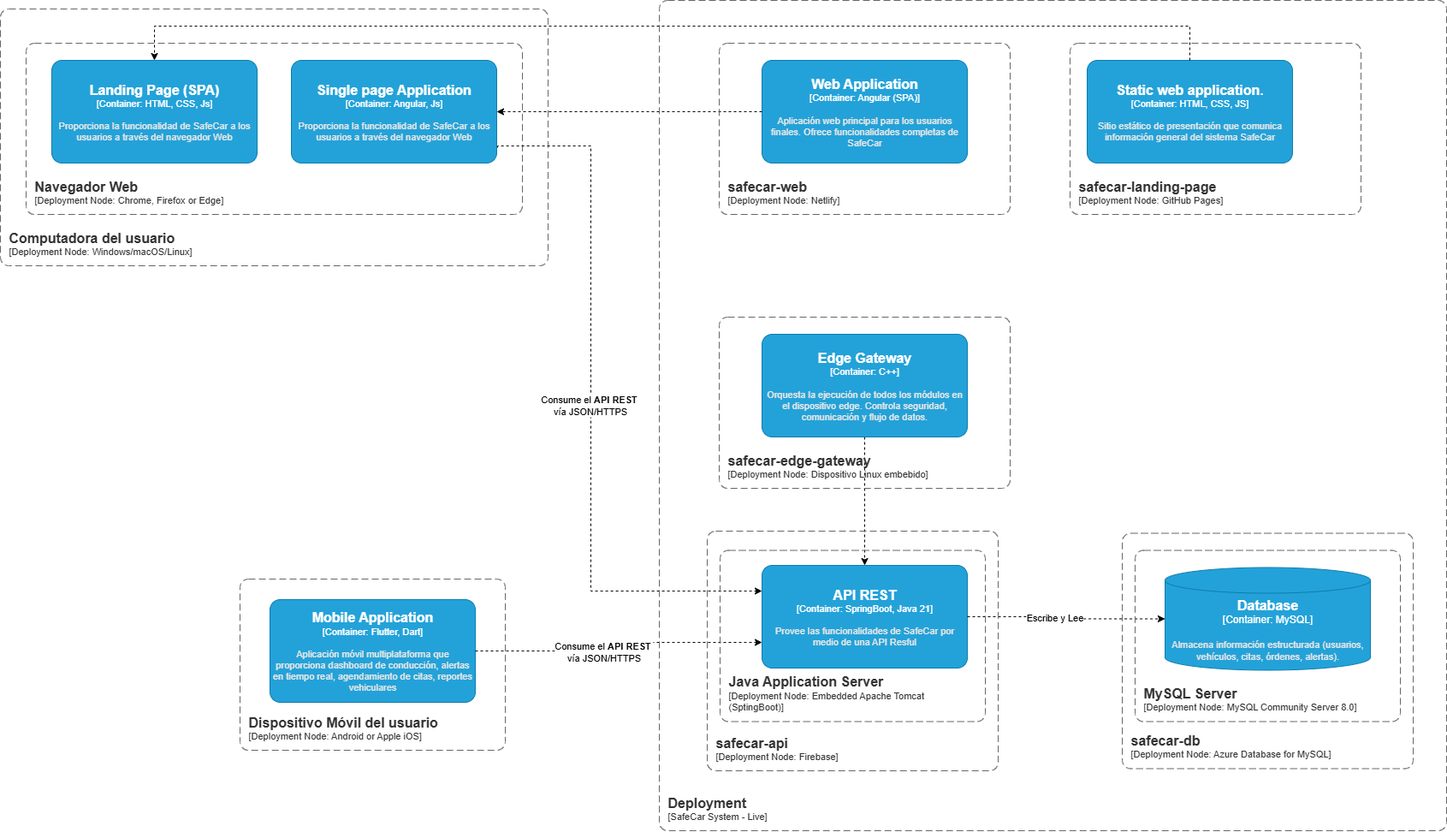
The draw.io diagram assets/img/capitulo-IV/Software-Architecture-Deployment-Diagrams.png in metasoft-iot/upc-pre-202520-1asi0572-3479-MetaSoft-report, before a commit. Source tidied: cells renumbered, new cells last; positions are measured from the earlier drawing's top-left corner, leaving out a move shared by most shapes.
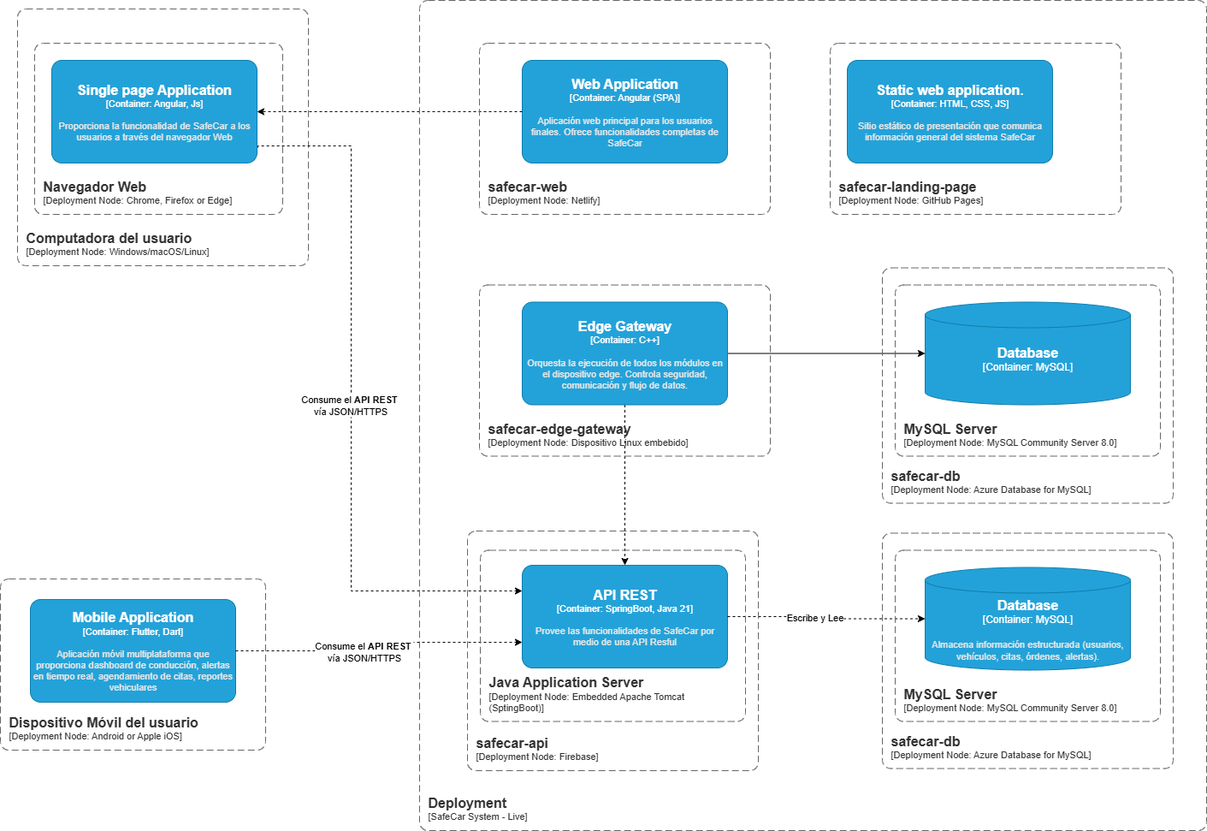
The same diagram one commit later.

Commit message:
docs: update capitulo-IV.md to include additional details on Deployment Diagrams

The edit, as a diff of the source:
```diff
@@ -25,9 +25,12 @@
     <mxCell id="6" style="edgeStyle=orthogonalEdgeStyle;rounded=0;jettySize=auto;html=1;exitX=0.5;exitY=1;exitDx=0;exitDy=0;exitPerimeter=0;dashed=1;" parent="1" edge="1" source="7" target="2">
       <mxGeometry relative="1" as="geometry" />
     </mxCell>
+    <mxCell id="30" style="edgeStyle=orthogonalEdgeStyle;rounded=0;jettySize=auto;html=1;" parent="1" edge="1" source="7" target="25">
+      <mxGeometry relative="1" as="geometry" />
+    </mxCell>
     <object id="7" label="&lt;font style=&quot;font-size: 16px&quot;&gt;&lt;b&gt;%c4Name%&lt;/b&gt;&lt;/font&gt;&lt;div&gt;[%c4Type%: %c4Technology%]&lt;/div&gt;&lt;br&gt;&lt;div&gt;&lt;font style=&quot;font-size: 11px&quot;&gt;&lt;font color=&quot;#E6E6E6&quot;&gt;%c4Description%&lt;/font&gt;&lt;/div&gt;" c4Description="Orquesta la ejecución de todos los módulos en el dispositivo edge. Controla seguridad, comunicación y flujo de datos." c4Name="Edge Gateway&#10;" c4Technology="C++" c4Type="Container" placeholders="1">
       <mxCell style="rounded=1;whiteSpace=wrap;html=1;fontSize=11;labelBackgroundColor=none;fillColor=#23A2D9;fontColor=#ffffff;align=center;arcSize=10;strokeColor=#0E7DAD;points=[[0.25,0,0],[0.5,0,0],[0.75,0,0],[1,0.25,0],[1,0.5,0],[1,0.75,0],[0.75,1,0],[0.5,1,0],[0.25,1,0],[0,0.75,0],[0,0.5,0],[0,0.25,0]];" parent="1" vertex="1">
-        <mxGeometry x="890" y="390" width="240" height="120" as="geometry" />
+        <mxGeometry x="890" y="352.5" width="240" height="120" as="geometry" />
       </mxCell>
     </object>
     <object id="8" label="&lt;font style=&quot;font-size: 16px&quot;&gt;&lt;b&gt;%c4Name%&lt;/b&gt;&lt;/font&gt;&lt;div&gt;[%c4Type%:&amp;nbsp;%c4Technology%]&lt;/div&gt;&lt;br&gt;&lt;div&gt;&lt;font style=&quot;font-size: 11px&quot;&gt;&lt;font color=&quot;#E6E6E6&quot;&gt;%c4Description%&lt;/font&gt;&lt;/div&gt;" c4Description="Almacena información estructurada (usuarios, vehículos, citas, órdenes, alertas)." c4Name="Database" c4Technology="MySQL" c4Type="Container" placeholders="1">
@@ -37,12 +40,12 @@
     </object>
     <object id="9" label="&lt;font style=&quot;font-size: 16px&quot;&gt;&lt;b&gt;&lt;div style=&quot;text-align: left&quot;&gt;%c4Name%&lt;/div&gt;&lt;/b&gt;&lt;/font&gt;&lt;div style=&quot;text-align: left&quot;&gt;[%c4Application%]&lt;/div&gt;" c4Application="Deployment Node: Windows/macOS/Linux" c4Name="Computadora del usuario" c4Type="SystemScopeBoundary" placeholders="1">
       <mxCell style="rounded=1;fontSize=11;whiteSpace=wrap;html=1;dashed=1;arcSize=20;fillColor=none;strokeColor=#666666;fontColor=#333333;labelBackgroundColor=none;align=left;verticalAlign=bottom;labelBorderColor=none;spacingTop=0;spacing=10;dashPattern=8 4;perimeter=rectanglePerimeter;noLabel=0;labelPadding=0;absoluteArcSize=1;" parent="1" vertex="1">
-        <mxGeometry y="10" width="640" height="300" as="geometry" />
+        <mxGeometry x="300" y="10" width="340" height="300" as="geometry" />
       </mxCell>
     </object>
     <object id="10" label="&lt;font style=&quot;font-size: 16px&quot;&gt;&lt;b&gt;&lt;div style=&quot;text-align: left&quot;&gt;%c4Name%&lt;/div&gt;&lt;/b&gt;&lt;/font&gt;&lt;div style=&quot;text-align: left&quot;&gt;[%c4Application%]&lt;/div&gt;" c4Application="Deployment Node: Chrome, Firefox or Edge" c4Name="Navegador Web" c4Type="SystemScopeBoundary" placeholders="1">
       <mxCell style="rounded=1;fontSize=11;whiteSpace=wrap;html=1;dashed=1;arcSize=20;fillColor=none;strokeColor=#666666;fontColor=#333333;labelBackgroundColor=none;align=left;verticalAlign=bottom;labelBorderColor=none;spacingTop=0;spacing=10;dashPattern=8 4;perimeter=rectanglePerimeter;noLabel=0;labelPadding=0;absoluteArcSize=1;" parent="1" vertex="1">
-        <mxGeometry x="30" y="50" width="580" height="200" as="geometry" />
+        <mxGeometry x="320" y="50" width="290" height="200" as="geometry" />
       </mxCell>
     </object>
     <object id="11" label="&lt;font style=&quot;font-size: 16px&quot;&gt;&lt;b&gt;&lt;div style=&quot;text-align: left&quot;&gt;%c4Name%&lt;/div&gt;&lt;/b&gt;&lt;/font&gt;&lt;div style=&quot;text-align: left&quot;&gt;[%c4Application%]&lt;/div&gt;" c4Application="Deployment Node: Android or Apple iOS" c4Name="Dispositivo Móvil del usuario" c4Type="SystemScopeBoundary" placeholders="1">
@@ -113,24 +116,11 @@
         <mxGeometry x="770" width="920" height="970" as="geometry" />
       </mxCell>
     </object>
-    <object id="25" label="&lt;font style=&quot;font-size: 16px&quot;&gt;&lt;b&gt;%c4Name%&lt;/b&gt;&lt;/font&gt;&lt;div&gt;[%c4Type%: %c4Technology%]&lt;/div&gt;&lt;br&gt;&lt;div&gt;&lt;font style=&quot;font-size: 11px&quot;&gt;&lt;font color=&quot;#E6E6E6&quot;&gt;%c4Description%&lt;/font&gt;&lt;/div&gt;" c4Description="Proporciona la funcionalidad de SafeCar a los usuarios a través del navegador Web" c4Name="Landing Page (SPA)" c4Technology="HTML, CSS, Js" c4Type="Container" placeholders="1">
-      <mxCell style="rounded=1;whiteSpace=wrap;html=1;fontSize=11;labelBackgroundColor=none;fillColor=#23A2D9;fontColor=#ffffff;align=center;arcSize=10;strokeColor=#0E7DAD;points=[[0.25,0,0],[0.5,0,0],[0.75,0,0],[1,0.25,0],[1,0.5,0],[1,0.75,0],[0.75,1,0],[0.5,1,0],[0.25,1,0],[0,0.75,0],[0,0.5,0],[0,0.25,0]];" parent="1" vertex="1">
-        <mxGeometry x="60" y="70" width="240" height="120" as="geometry" />
-      </mxCell>
-    </object>
     <object id="26" label="&lt;font style=&quot;font-size: 16px&quot;&gt;&lt;b&gt;%c4Name%&lt;/b&gt;&lt;/font&gt;&lt;div&gt;[%c4Type%: %c4Technology%]&lt;/div&gt;&lt;br&gt;&lt;div&gt;&lt;font style=&quot;font-size: 11px&quot;&gt;&lt;font color=&quot;#E6E6E6&quot;&gt;%c4Description%&lt;/font&gt;&lt;/div&gt;" c4Description="Sitio estático de presentación que comunica información general del sistema SafeCar" c4Name="Static web application." c4Technology="HTML, CSS, JS" c4Type="Container" placeholders="1">
       <mxCell style="rounded=1;whiteSpace=wrap;html=1;fontSize=11;labelBackgroundColor=none;fillColor=#23A2D9;fontColor=#ffffff;align=center;arcSize=10;strokeColor=#0E7DAD;points=[[0.25,0,0],[0.5,0,0],[0.75,0,0],[1,0.25,0],[1,0.5,0],[1,0.75,0],[0.75,1,0],[0.5,1,0],[0.25,1,0],[0,0.75,0],[0,0.5,0],[0,0.25,0]];" parent="1" vertex="1">
         <mxGeometry x="1270" y="70" width="240" height="120" as="geometry" />
       </mxCell>
     </object>
-    <mxCell id="27" style="edgeStyle=orthogonalEdgeStyle;rounded=0;jettySize=auto;html=1;entryX=0.5;entryY=0;entryDx=0;entryDy=0;entryPerimeter=0;dashed=1;" parent="1" edge="1" source="26" target="25">
-      <mxGeometry relative="1" as="geometry">
-        <Array as="points">
-          <mxPoint x="1390" y="30" />
-          <mxPoint x="180" y="30" />
-        </Array>
-      </mxGeometry>
-    </mxCell>
     <object id="28" label="&lt;font style=&quot;font-size: 16px&quot;&gt;&lt;b&gt;&lt;div style=&quot;text-align: left&quot;&gt;%c4Name%&lt;/div&gt;&lt;/b&gt;&lt;/font&gt;&lt;div style=&quot;text-align: left&quot;&gt;[%c4Application%]&lt;/div&gt;" c4Application="Deployment Node: GitHub Pages" c4Name="safecar-landing-page" c4Type="SystemScopeBoundary" placeholders="1">
       <mxCell style="rounded=1;fontSize=11;whiteSpace=wrap;html=1;dashed=1;arcSize=20;fillColor=none;strokeColor=#666666;fontColor=#333333;labelBackgroundColor=none;align=left;verticalAlign=bottom;labelBorderColor=none;spacingTop=0;spacing=10;dashPattern=8 4;perimeter=rectanglePerimeter;noLabel=0;labelPadding=0;absoluteArcSize=1;" parent="1" vertex="1">
         <mxGeometry x="1250" y="50" width="340" height="200" as="geometry" />
@@ -138,8 +128,23 @@
     </object>
     <object id="29" label="&lt;font style=&quot;font-size: 16px&quot;&gt;&lt;b&gt;&lt;div style=&quot;text-align: left&quot;&gt;%c4Name%&lt;/div&gt;&lt;/b&gt;&lt;/font&gt;&lt;div style=&quot;text-align: left&quot;&gt;[%c4Application%]&lt;/div&gt;" c4Application="Deployment Node: Dispositivo Linux embebido" c4Name="safecar-edge-gateway" c4Type="SystemScopeBoundary" placeholders="1">
       <mxCell style="rounded=1;fontSize=11;whiteSpace=wrap;html=1;dashed=1;arcSize=20;fillColor=none;strokeColor=#666666;fontColor=#333333;labelBackgroundColor=none;align=left;verticalAlign=bottom;labelBorderColor=none;spacingTop=0;spacing=10;dashPattern=8 4;perimeter=rectanglePerimeter;noLabel=0;labelPadding=0;absoluteArcSize=1;" parent="1" vertex="1">
-        <mxGeometry x="840" y="370" width="340" height="200" as="geometry" />
+        <mxGeometry x="840" y="332.5" width="340" height="200" as="geometry" />
       </mxCell>
     </object>
+    <object id="25" label="&lt;font style=&quot;font-size: 16px&quot;&gt;&lt;b&gt;%c4Name%&lt;/b&gt;&lt;/font&gt;&lt;div&gt;[%c4Type%:&amp;nbsp;%c4Technology%]&lt;/div&gt;&lt;br&gt;&lt;div&gt;&lt;font style=&quot;font-size: 11px&quot;&gt;&lt;font color=&quot;#E6E6E6&quot;&gt;%c4Description%&lt;/font&gt;&lt;/div&gt;" c4Description="" c4Name="Database" c4Technology="MySQL" c4Type="Container" placeholders="1">
+      <mxCell style="shape=cylinder3;size=15;whiteSpace=wrap;html=1;boundedLbl=1;rounded=0;labelBackgroundColor=none;fillColor=#23A2D9;fontSize=12;fontColor=#ffffff;align=center;strokeColor=#0E7DAD;points=[[0.5,0,0],[1,0.25,0],[1,0.5,0],[1,0.75,0],[0.5,1,0],[0,0.75,0],[0,0.5,0],[0,0.25,0]];" parent="1" vertex="1">
+        <mxGeometry x="1361" y="352.5" width="240" height="120" as="geometry" />
+      </mxCell>
+    </object>
+    <object id="31" label="&lt;font style=&quot;font-size: 16px&quot;&gt;&lt;b&gt;&lt;div style=&quot;text-align: left&quot;&gt;%c4Name%&lt;/div&gt;&lt;/b&gt;&lt;/font&gt;&lt;div style=&quot;text-align: left&quot;&gt;[%c4Application%]&lt;/div&gt;" c4Application="Deployment Node: MySQL Community Server 8.0" c4Name="MySQL Server" c4Type="SystemScopeBoundary" placeholders="1">
+      <mxCell style="rounded=1;fontSize=11;whiteSpace=wrap;html=1;dashed=1;arcSize=20;fillColor=none;strokeColor=#666666;fontColor=#333333;labelBackgroundColor=none;align=left;verticalAlign=bottom;labelBorderColor=none;spacingTop=0;spacing=10;dashPattern=8 4;perimeter=rectanglePerimeter;noLabel=0;labelPadding=0;absoluteArcSize=1;" parent="1" vertex="1">
+        <mxGeometry x="1326" y="332.5" width="310" height="200" as="geometry" />
+      </mxCell>
+    </object>
+    <object id="32" label="&lt;font style=&quot;font-size: 16px&quot;&gt;&lt;b&gt;&lt;div style=&quot;text-align: left&quot;&gt;%c4Name%&lt;/div&gt;&lt;/b&gt;&lt;/font&gt;&lt;div style=&quot;text-align: left&quot;&gt;[%c4Application%]&lt;/div&gt;" c4Application="Deployment Node: Azure Database for MySQL" c4Name="safecar-db" c4Type="SystemScopeBoundary" placeholders="1">
+      <mxCell style="rounded=1;fontSize=11;whiteSpace=wrap;html=1;dashed=1;arcSize=20;fillColor=none;strokeColor=#666666;fontColor=#333333;labelBackgroundColor=none;align=left;verticalAlign=bottom;labelBorderColor=none;spacingTop=0;spacing=10;dashPattern=8 4;perimeter=rectanglePerimeter;noLabel=0;labelPadding=0;absoluteArcSize=1;" parent="1" vertex="1">
+        <mxGeometry x="1311" y="312.5" width="340" height="275" as="geometry" />
+      </mxCell>
+    </object>
   </root>
 </mxGraphModel>
```
